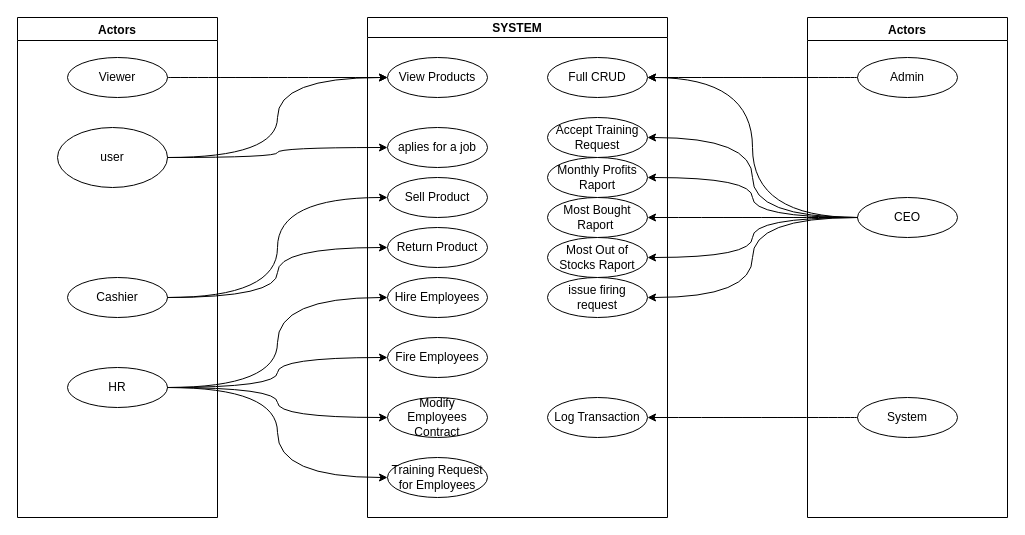
This is Actors.drawio from CRBogdan/POS-System, a draw.io file, before an edit. Source tidied: cells renumbered, new cells numbered last; positions are measured from the earlier drawing's top-left corner, leaving out a move shared by most shapes. Both pictures are drawn from the tidied source at 100%, with x=0, y=0 at pixel (17, 17).
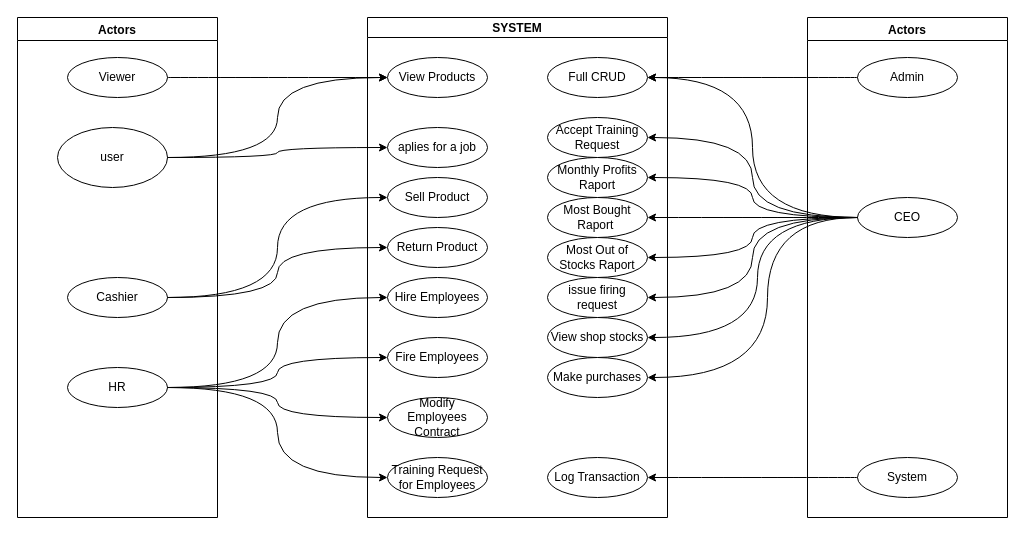
Above is the later version.

Commit message:
Two new additions

Added the view stocks and make purchase blobs

Unchanged cells that the change refers to:
```xml
<mxCell id="2" value="SYSTEM" style="swimlane;startSize=20;horizontal=1;containerType=tree;" parent="1" vertex="1">
  <mxGeometry x="350" width="300" height="500" as="geometry" />
</mxCell>
<mxCell id="29" value="Actors" style="swimlane;" parent="1" vertex="1">
  <mxGeometry x="790" width="200" height="500" as="geometry" />
</mxCell>
<mxCell id="31" value="CEO" style="ellipse;whiteSpace=wrap;html=1;align=center;newEdgeStyle={&quot;edgeStyle&quot;:&quot;entityRelationEdgeStyle&quot;,&quot;startArrow&quot;:&quot;none&quot;,&quot;endArrow&quot;:&quot;none&quot;,&quot;segment&quot;:10,&quot;curved&quot;:1};" parent="29" vertex="1">
  <mxGeometry x="50" y="180" width="100" height="40" as="geometry" />
</mxCell>
```

Change to the diagram source:
```diff
@@
     <mxCell id="15" value="Log Transaction" style="ellipse;whiteSpace=wrap;html=1;align=center;newEdgeStyle={&quot;edgeStyle&quot;:&quot;entityRelationEdgeStyle&quot;,&quot;startArrow&quot;:&quot;none&quot;,&quot;endArrow&quot;:&quot;none&quot;,&quot;segment&quot;:10,&quot;curved&quot;:1};" parent="2" vertex="1">
-      <mxGeometry x="180" y="380" width="100" height="40" as="geometry" />
+      <mxGeometry x="180" y="440" width="100" height="40" as="geometry" />
     </mxCell>
@@
+    <mxCell id="44" value="View shop stocks" style="ellipse;whiteSpace=wrap;html=1;align=center;newEdgeStyle={&quot;edgeStyle&quot;:&quot;entityRelationEdgeStyle&quot;,&quot;startArrow&quot;:&quot;none&quot;,&quot;endArrow&quot;:&quot;none&quot;,&quot;segment&quot;:10,&quot;curved&quot;:1};" parent="2" vertex="1">
+      <mxGeometry x="180" y="300" width="100" height="40" as="geometry" />
+    </mxCell>
+    <mxCell id="45" value="Make purchases" style="ellipse;whiteSpace=wrap;html=1;align=center;newEdgeStyle={&quot;edgeStyle&quot;:&quot;entityRelationEdgeStyle&quot;,&quot;startArrow&quot;:&quot;none&quot;,&quot;endArrow&quot;:&quot;none&quot;,&quot;segment&quot;:10,&quot;curved&quot;:1};" parent="2" vertex="1">
+      <mxGeometry x="180" y="340" width="100" height="40" as="geometry" />
+    </mxCell>
@@
     <mxCell id="32" value="System" style="ellipse;whiteSpace=wrap;html=1;align=center;newEdgeStyle={&quot;edgeStyle&quot;:&quot;entityRelationEdgeStyle&quot;,&quot;startArrow&quot;:&quot;none&quot;,&quot;endArrow&quot;:&quot;none&quot;,&quot;segment&quot;:10,&quot;curved&quot;:1};" parent="29" vertex="1">
-      <mxGeometry x="50" y="380" width="100" height="40" as="geometry" />
+      <mxGeometry x="50" y="440" width="100" height="40" as="geometry" />
     </mxCell>
@@
+    <mxCell id="46" style="edgeStyle=orthogonalEdgeStyle;rounded=0;jettySize=auto;html=1;exitX=0;exitY=0.5;exitDx=0;exitDy=0;entryX=1;entryY=0.5;entryDx=0;entryDy=0;curved=1;" parent="1" edge="1" source="31" target="44">
+      <mxGeometry relative="1" as="geometry">
+        <Array as="points">
+          <mxPoint x="740" y="200" />
+          <mxPoint x="740" y="320" />
+        </Array>
+      </mxGeometry>
+    </mxCell>
+    <mxCell id="47" style="edgeStyle=orthogonalEdgeStyle;curved=1;rounded=0;jettySize=auto;html=1;exitX=0;exitY=0.5;exitDx=0;exitDy=0;entryX=1;entryY=0.5;entryDx=0;entryDy=0;" parent="1" edge="1" source="31" target="45">
+      <mxGeometry relative="1" as="geometry">
+        <Array as="points">
+          <mxPoint x="750" y="200" />
+          <mxPoint x="750" y="360" />
+        </Array>
+      </mxGeometry>
+    </mxCell>
```
